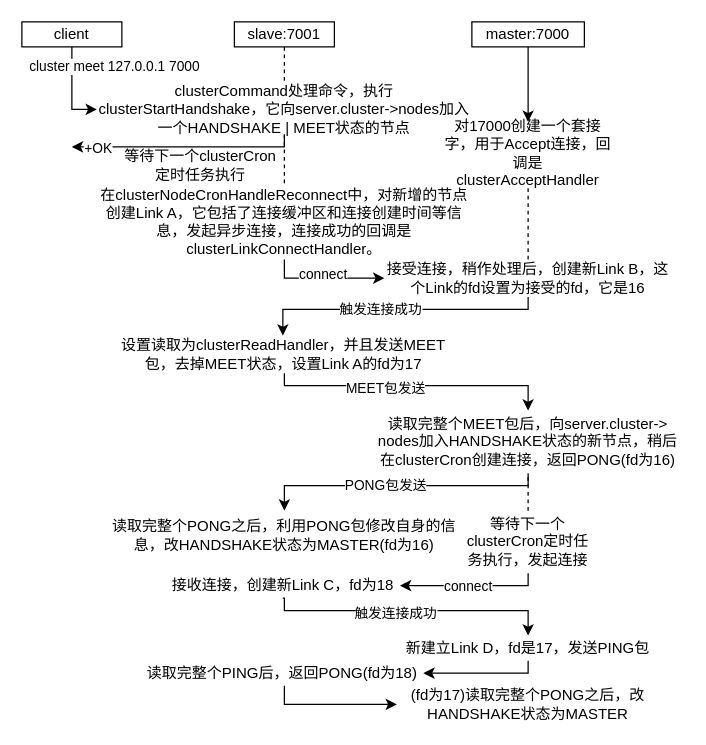
Earlier version of the draw.io diagram cluster-meet.drawio (Afeather2017/Afeather-Flowcharts). Source tidied: cells renumbered, new cells numbered last; positions are measured from the earlier drawing's top-left corner, leaving out a move shared by most shapes. Both pictures are drawn from the tidied source at 125%, with x=0, y=0 at pixel (21, 21).
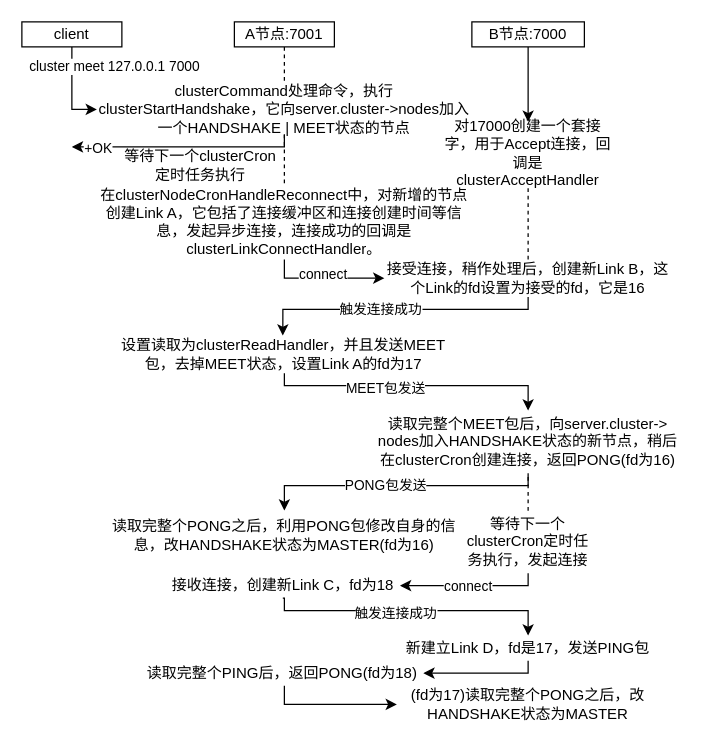
The same diagram, later.

The edit, as a diff of the source:
```diff
@@
-    <mxCell id="5" value="slave:7001" style="rounded=0;whiteSpace=wrap;html=1;" parent="1" vertex="1">
+    <mxCell id="5" value="A节点:7001" style="rounded=0;whiteSpace=wrap;html=1;" parent="1" vertex="1">
       <mxGeometry x="170" width="80" height="20" as="geometry" />
     </mxCell>
@@
-    <mxCell id="7" value="master:7000" style="rounded=0;whiteSpace=wrap;html=1;" parent="1" vertex="1">
+    <mxCell id="7" value="B节点:7000" style="rounded=0;whiteSpace=wrap;html=1;" parent="1" vertex="1">
       <mxGeometry x="360" width="90" height="20" as="geometry" />
     </mxCell>
```
